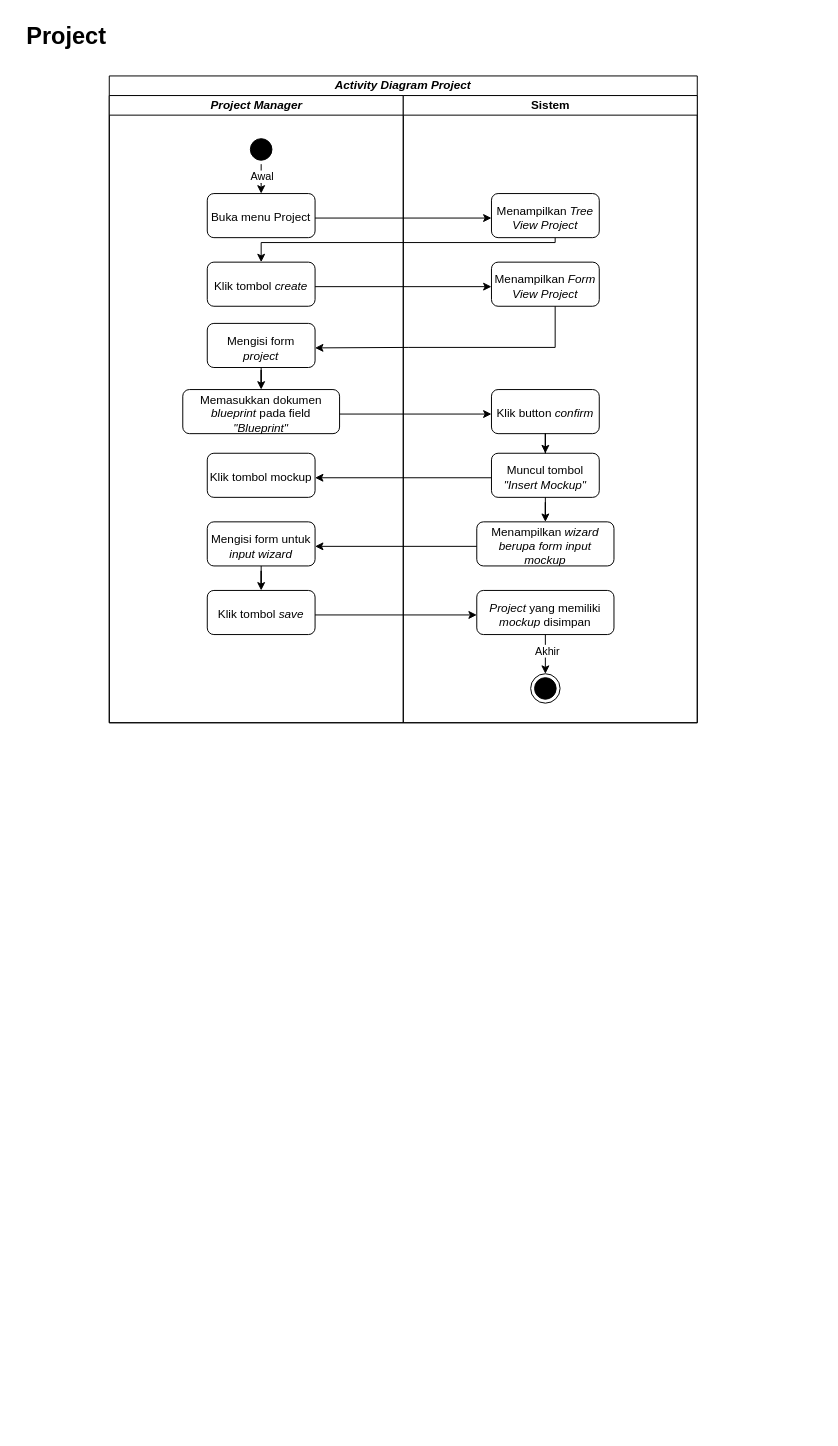
Earlier version of the draw.io diagram page "Halaman-3" (3 of 9) of Diagram Tanpa Judul.drawio (raldawiyahh/alda-resolusi). Source tidied: cells renumbered, new cells numbered last; positions are measured from the earlier drawing's top-left corner, leaving out a move shared by most shapes. Both pictures are drawn from the tidied source at 98%, with x=0, y=0 at pixel (17, 17).
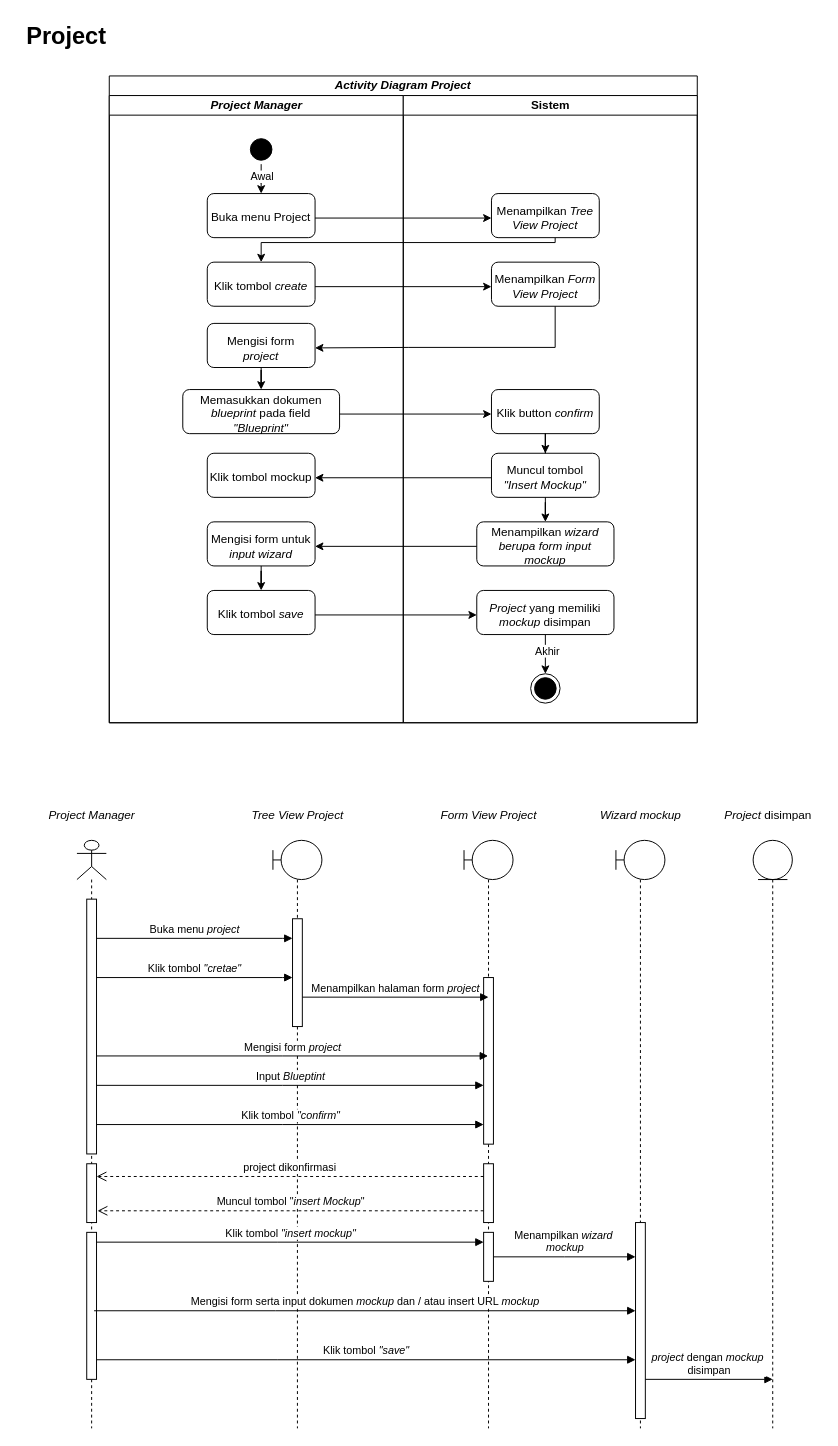
The same page after the edit.

What changed in the source:
```diff
@@
+    <mxCell id="63" style="shape=umlLifeline;perimeter=lifelinePerimeter;whiteSpace=wrap;html=1;newEdgeStyle={&quot;edgeStyle&quot;:&quot;elbowEdgeStyle&quot;,&quot;elbow&quot;:&quot;vertical&quot;,&quot;curved&quot;:0,&quot;rounded&quot;:0};participant=umlActor;" parent="1" vertex="1">
+      <mxGeometry x="61" y="840" width="30" height="600" as="geometry" />
+    </mxCell>
+    <mxCell id="64" style="html=1;perimeter=orthogonalPerimeter;targetShapes=umlLifeline;newEdgeStyle={&quot;edgeStyle&quot;:&quot;elbowEdgeStyle&quot;,&quot;elbow&quot;:&quot;vertical&quot;,&quot;curved&quot;:0,&quot;rounded&quot;:0};" parent="63" vertex="1">
+      <mxGeometry x="10" y="60" width="10" height="260" as="geometry" />
+    </mxCell>
+    <mxCell id="65" style="html=1;perimeter=orthogonalPerimeter;targetShapes=umlLifeline;newEdgeStyle={&quot;edgeStyle&quot;:&quot;elbowEdgeStyle&quot;,&quot;elbow&quot;:&quot;vertical&quot;,&quot;curved&quot;:0,&quot;rounded&quot;:0};" parent="63" vertex="1">
+      <mxGeometry x="10" y="330" width="10" height="60" as="geometry" />
+    </mxCell>
+    <mxCell id="66" style="html=1;perimeter=orthogonalPerimeter;targetShapes=umlLifeline;newEdgeStyle={&quot;edgeStyle&quot;:&quot;elbowEdgeStyle&quot;,&quot;elbow&quot;:&quot;vertical&quot;,&quot;curved&quot;:0,&quot;rounded&quot;:0};" parent="63" vertex="1">
+      <mxGeometry x="10" y="400" width="10" height="150" as="geometry" />
+    </mxCell>
+    <mxCell id="67" value="&lt;i&gt;Project Manager&lt;/i&gt;" style="text;html=1;align=center;verticalAlign=middle;strokeColor=none;fillColor=none;" parent="1" vertex="1">
+      <mxGeometry x="21" y="800" width="110" height="30" as="geometry" />
+    </mxCell>
+    <mxCell id="68" style="shape=umlLifeline;perimeter=lifelinePerimeter;whiteSpace=wrap;html=1;newEdgeStyle={&quot;edgeStyle&quot;:&quot;elbowEdgeStyle&quot;,&quot;elbow&quot;:&quot;vertical&quot;,&quot;curved&quot;:0,&quot;rounded&quot;:0};participant=umlBoundary;" parent="1" vertex="1">
+      <mxGeometry x="261" y="840" width="50" height="600" as="geometry" />
+    </mxCell>
+    <mxCell id="69" style="html=1;points=[];perimeter=orthogonalPerimeter;outlineConnect=0;targetShapes=umlLifeline;portConstraint=eastwest;newEdgeStyle={&quot;edgeStyle&quot;:&quot;elbowEdgeStyle&quot;,&quot;elbow&quot;:&quot;vertical&quot;,&quot;curved&quot;:0,&quot;rounded&quot;:0};" parent="68" vertex="1">
+      <mxGeometry x="20" y="80" width="10" height="110" as="geometry" />
+    </mxCell>
+    <mxCell id="70" value="&lt;i&gt;Tree View Project&lt;br&gt;&lt;/i&gt;" style="text;html=1;align=center;verticalAlign=middle;strokeColor=none;fillColor=none;" parent="1" vertex="1">
+      <mxGeometry x="226" y="800" width="120" height="30" as="geometry" />
+    </mxCell>
+    <mxCell id="71" style="shape=umlLifeline;perimeter=lifelinePerimeter;whiteSpace=wrap;html=1;outlineConnect=0;portConstraint=eastwest;newEdgeStyle={&quot;edgeStyle&quot;:&quot;elbowEdgeStyle&quot;,&quot;elbow&quot;:&quot;vertical&quot;,&quot;curved&quot;:0,&quot;rounded&quot;:0};participant=umlBoundary;" parent="1" vertex="1">
+      <mxGeometry x="456" y="840" width="50" height="600" as="geometry" />
+    </mxCell>
+    <mxCell id="72" style="html=1;points=[];perimeter=orthogonalPerimeter;outlineConnect=0;targetShapes=umlLifeline;portConstraint=eastwest;newEdgeStyle={&quot;edgeStyle&quot;:&quot;elbowEdgeStyle&quot;,&quot;elbow&quot;:&quot;vertical&quot;,&quot;curved&quot;:0,&quot;rounded&quot;:0};" parent="71" vertex="1">
+      <mxGeometry x="20" y="140" width="10" height="170" as="geometry" />
+    </mxCell>
+    <mxCell id="73" style="html=1;points=[];perimeter=orthogonalPerimeter;outlineConnect=0;targetShapes=umlLifeline;portConstraint=eastwest;newEdgeStyle={&quot;edgeStyle&quot;:&quot;elbowEdgeStyle&quot;,&quot;elbow&quot;:&quot;vertical&quot;,&quot;curved&quot;:0,&quot;rounded&quot;:0};" parent="71" vertex="1">
+      <mxGeometry x="20" y="330" width="10" height="60" as="geometry" />
+    </mxCell>
+    <mxCell id="74" style="html=1;points=[];perimeter=orthogonalPerimeter;outlineConnect=0;targetShapes=umlLifeline;portConstraint=eastwest;newEdgeStyle={&quot;edgeStyle&quot;:&quot;elbowEdgeStyle&quot;,&quot;elbow&quot;:&quot;vertical&quot;,&quot;curved&quot;:0,&quot;rounded&quot;:0};" parent="71" vertex="1">
+      <mxGeometry x="20" y="400" width="10" height="50" as="geometry" />
+    </mxCell>
+    <mxCell id="75" value="&lt;i&gt;Form View Project&lt;br&gt;&lt;/i&gt;" style="text;html=1;align=center;verticalAlign=middle;strokeColor=none;fillColor=none;" parent="1" vertex="1">
+      <mxGeometry x="421" y="800" width="120" height="30" as="geometry" />
+    </mxCell>
+    <mxCell id="76" value="Buka menu &lt;i&gt;project&lt;/i&gt;" style="html=1;verticalAlign=bottom;endArrow=block;edgeStyle=elbowEdgeStyle;elbow=vertical;curved=0;rounded=0;" parent="1" edge="1" target="69">
+      <mxGeometry relative="1" as="geometry">
+        <mxPoint x="81" y="940" as="sourcePoint" />
+        <Array as="points">
+          <mxPoint x="271" y="940" />
+        </Array>
+      </mxGeometry>
+    </mxCell>
+    <mxCell id="77" value="Klik tombol &lt;i&gt;&quot;cretae&quot;&lt;/i&gt;" style="html=1;verticalAlign=bottom;endArrow=block;edgeStyle=elbowEdgeStyle;elbow=vertical;curved=0;rounded=0;" parent="1" edge="1">
+      <mxGeometry relative="1" as="geometry">
+        <mxPoint x="81" y="980" as="sourcePoint" />
+        <mxPoint x="281" y="980" as="targetPoint" />
+        <Array as="points">
+          <mxPoint x="271" y="980" />
+        </Array>
+      </mxGeometry>
+    </mxCell>
+    <mxCell id="78" value="Menampilkan halaman form &lt;i&gt;project&lt;/i&gt;" style="html=1;verticalAlign=bottom;endArrow=block;edgeStyle=elbowEdgeStyle;elbow=vertical;curved=0;rounded=0;entryX=0.5;entryY=0.118;entryDx=0;entryDy=0;entryPerimeter=0;" parent="1" edge="1" target="72">
+      <mxGeometry relative="1" as="geometry">
+        <mxPoint x="291" y="1000" as="sourcePoint" />
+      </mxGeometry>
+    </mxCell>
+    <mxCell id="79" value="Mengisi form &lt;i&gt;project&lt;/i&gt;" style="html=1;verticalAlign=bottom;endArrow=block;edgeStyle=elbowEdgeStyle;elbow=horizontal;curved=0;rounded=0;" parent="1" edge="1" target="71">
+      <mxGeometry relative="1" as="geometry">
+        <mxPoint x="81" y="1060" as="sourcePoint" />
+        <Array as="points">
+          <mxPoint x="271" y="1060" />
+        </Array>
+      </mxGeometry>
+    </mxCell>
+    <mxCell id="80" value="Input &lt;i&gt;Blueptint&lt;/i&gt;" style="html=1;verticalAlign=bottom;endArrow=block;edgeStyle=elbowEdgeStyle;elbow=horizontal;curved=0;rounded=0;" parent="1" edge="1" target="72">
+      <mxGeometry relative="1" as="geometry">
+        <mxPoint x="81" y="1090" as="sourcePoint" />
+        <Array as="points">
+          <mxPoint x="271" y="1090" />
+        </Array>
+      </mxGeometry>
+    </mxCell>
+    <mxCell id="81" value="Klik tombol &lt;i&gt;&quot;&lt;/i&gt;&lt;i&gt;confirm&quot;&lt;/i&gt;" style="html=1;verticalAlign=bottom;endArrow=block;edgeStyle=elbowEdgeStyle;elbow=horizontal;curved=0;rounded=0;" parent="1" edge="1" target="72">
+      <mxGeometry relative="1" as="geometry">
+        <mxPoint x="81" y="1130" as="sourcePoint" />
+        <Array as="points">
+          <mxPoint x="271" y="1130" />
+        </Array>
+      </mxGeometry>
+    </mxCell>
+    <mxCell id="82" value="project dikonfirmasi" style="html=1;verticalAlign=bottom;endArrow=open;dashed=1;endSize=8;edgeStyle=elbowEdgeStyle;elbow=vertical;curved=0;rounded=0;" parent="1" edge="1" source="73">
+      <mxGeometry relative="1" as="geometry">
+        <mxPoint x="81" y="1183" as="targetPoint" />
+      </mxGeometry>
+    </mxCell>
+    <mxCell id="83" value="Muncul tombol &quot;&lt;i&gt;insert Mockup&lt;/i&gt;&quot;" style="html=1;verticalAlign=bottom;endArrow=open;dashed=1;endSize=8;edgeStyle=elbowEdgeStyle;elbow=vertical;curved=0;rounded=0;" parent="1" edge="1" source="73">
+      <mxGeometry relative="1" as="geometry">
+        <mxPoint x="82" y="1218" as="targetPoint" />
+      </mxGeometry>
+    </mxCell>
+    <mxCell id="84" style="shape=umlLifeline;perimeter=lifelinePerimeter;whiteSpace=wrap;html=1;newEdgeStyle={&quot;edgeStyle&quot;:&quot;elbowEdgeStyle&quot;,&quot;elbow&quot;:&quot;vertical&quot;,&quot;curved&quot;:0,&quot;rounded&quot;:0};participant=umlBoundary;" parent="1" vertex="1">
+      <mxGeometry x="611" y="840" width="50" height="600" as="geometry" />
+    </mxCell>
+    <mxCell id="85" style="html=1;points=[];perimeter=orthogonalPerimeter;outlineConnect=0;targetShapes=umlLifeline;portConstraint=eastwest;newEdgeStyle={&quot;edgeStyle&quot;:&quot;elbowEdgeStyle&quot;,&quot;elbow&quot;:&quot;vertical&quot;,&quot;curved&quot;:0,&quot;rounded&quot;:0};" parent="84" vertex="1">
+      <mxGeometry x="20" y="390" width="10" height="200" as="geometry" />
+    </mxCell>
+    <mxCell id="86" value="Klik tombol &lt;i&gt;&quot;insert mockup&lt;/i&gt;&lt;i&gt;&quot;&lt;/i&gt;" style="html=1;verticalAlign=bottom;endArrow=block;edgeStyle=elbowEdgeStyle;elbow=horizontal;curved=0;rounded=0;" parent="1" edge="1" target="74">
+      <mxGeometry relative="1" as="geometry">
+        <mxPoint x="81" y="1250" as="sourcePoint" />
+        <Array as="points">
+          <mxPoint x="266" y="1250" />
+        </Array>
+      </mxGeometry>
+    </mxCell>
+    <mxCell id="87" value="&lt;div&gt;Menampilkan &lt;i&gt;wizard&amp;nbsp;&lt;/i&gt;&lt;/div&gt;&lt;div&gt;&lt;i&gt;mockup&lt;/i&gt;&lt;/div&gt;" style="html=1;verticalAlign=bottom;endArrow=block;edgeStyle=elbowEdgeStyle;elbow=vertical;curved=0;rounded=0;" parent="1" edge="1" source="74" target="85">
+      <mxGeometry relative="1" as="geometry" />
+    </mxCell>
+    <mxCell id="88" value="&lt;i&gt;Wizard mockup&lt;br&gt;&lt;/i&gt;" style="text;html=1;align=center;verticalAlign=middle;strokeColor=none;fillColor=none;" parent="1" vertex="1">
+      <mxGeometry x="581" y="800" width="110" height="30" as="geometry" />
+    </mxCell>
+    <mxCell id="89" value="Mengisi form serta input dokumen &lt;i&gt;mockup &lt;/i&gt;dan / atau insert URL &lt;i&gt;mockup&lt;/i&gt;" style="html=1;verticalAlign=bottom;endArrow=block;edgeStyle=elbowEdgeStyle;elbow=horizontal;curved=0;rounded=0;" parent="1" edge="1">
+      <mxGeometry relative="1" as="geometry">
+        <mxPoint x="78.5" y="1320" as="sourcePoint" />
+        <mxPoint x="631" y="1320" as="targetPoint" />
+        <Array as="points">
+          <mxPoint x="263.5" y="1320" />
+        </Array>
+      </mxGeometry>
+    </mxCell>
+    <mxCell id="90" value="Klik tombol &lt;i&gt;&quot;save&quot;&lt;/i&gt;" style="html=1;verticalAlign=bottom;endArrow=block;edgeStyle=elbowEdgeStyle;elbow=horizontal;curved=0;rounded=0;" parent="1" edge="1" target="85">
+      <mxGeometry relative="1" as="geometry">
+        <mxPoint x="81" y="1370" as="sourcePoint" />
+        <Array as="points">
+          <mxPoint x="266" y="1370" />
+        </Array>
+      </mxGeometry>
+    </mxCell>
+    <mxCell id="91" style="shape=umlLifeline;perimeter=lifelinePerimeter;whiteSpace=wrap;html=1;newEdgeStyle={&quot;edgeStyle&quot;:&quot;elbowEdgeStyle&quot;,&quot;elbow&quot;:&quot;vertical&quot;,&quot;curved&quot;:0,&quot;rounded&quot;:0};participant=umlEntity;" parent="1" vertex="1">
+      <mxGeometry x="751" y="840" width="40" height="600" as="geometry" />
+    </mxCell>
+    <mxCell id="92" value="&lt;i&gt;Project &lt;/i&gt;disimpan&lt;i&gt;&lt;br&gt;&lt;/i&gt;" style="text;html=1;align=center;verticalAlign=middle;strokeColor=none;fillColor=none;" parent="1" vertex="1">
+      <mxGeometry x="711" y="800" width="110" height="30" as="geometry" />
+    </mxCell>
+    <mxCell id="93" value="&lt;div&gt;&lt;i&gt;project&lt;/i&gt; dengan &lt;i&gt;mockup&lt;/i&gt;&amp;nbsp;&lt;/div&gt;&lt;div&gt;disimpan&lt;/div&gt;" style="html=1;verticalAlign=bottom;endArrow=block;edgeStyle=elbowEdgeStyle;elbow=vertical;curved=0;rounded=0;" parent="1" edge="1" source="85">
+      <mxGeometry relative="1" as="geometry">
+        <mxPoint x="771" y="1390" as="targetPoint" />
+      </mxGeometry>
+    </mxCell>
```
